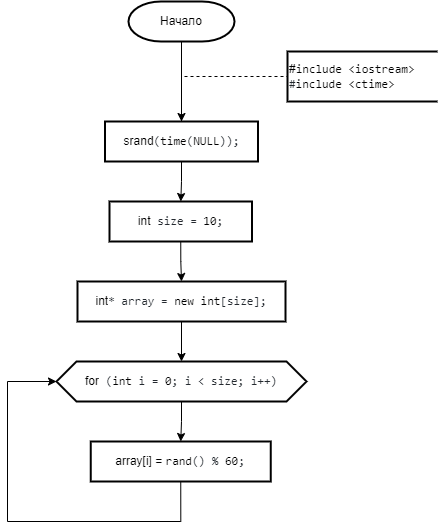
IlyaFedoseev227/LABS-PNRPU-IVT-22-1b keeps this draw.io diagram as Labs/4 Лаба/№2 Работа с одномерными массивами.png. Above is the earlier version. Source tidied: cells renumbered, new cells last; positions are measured from the earlier drawing's top-left corner, leaving out a move shared by most shapes.
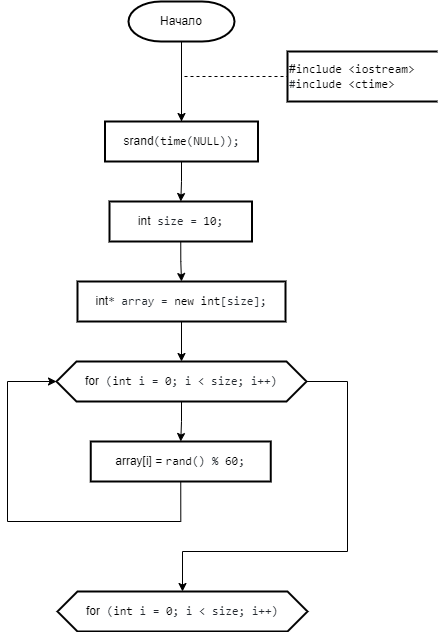
The same file after the commit.

Diff of the diagram source:
```diff
@@ -39,6 +39,15 @@
     <mxCell id="12" style="edgeStyle=orthogonalEdgeStyle;rounded=0;jettySize=auto;html=1;exitX=0.5;exitY=1;exitDx=0;exitDy=0;entryX=0.5;entryY=0;entryDx=0;entryDy=0;" parent="1" edge="1" source="13" target="15">
       <mxGeometry relative="1" as="geometry" />
     </mxCell>
+    <mxCell id="16" style="edgeStyle=orthogonalEdgeStyle;rounded=0;jettySize=auto;html=1;exitX=1;exitY=0.5;exitDx=0;exitDy=0;" parent="1" edge="1" source="13" target="17">
+      <mxGeometry relative="1" as="geometry">
+        <Array as="points">
+          <mxPoint x="340" y="380" />
+          <mxPoint x="340" y="550" />
+          <mxPoint x="175" y="550" />
+        </Array>
+      </mxGeometry>
+    </mxCell>
     <mxCell id="13" value="for&lt;span style=&quot;color: rgb(36, 41, 47); font-family: ui-monospace, SFMono-Regular, &amp;quot;SF Mono&amp;quot;, Menlo, Consolas, &amp;quot;Liberation Mono&amp;quot;, monospace; text-align: start; background-color: rgb(255, 255, 255);&quot;&gt; (&lt;/span&gt;&lt;span style=&quot;box-sizing: border-box; color: var(--color-prettylights-syntax-keyword); font-family: ui-monospace, SFMono-Regular, &amp;quot;SF Mono&amp;quot;, Menlo, Consolas, &amp;quot;Liberation Mono&amp;quot;, monospace; text-align: start; background-color: rgb(255, 255, 255);&quot; class=&quot;pl-k&quot;&gt;int&lt;/span&gt;&lt;span style=&quot;color: rgb(36, 41, 47); font-family: ui-monospace, SFMono-Regular, &amp;quot;SF Mono&amp;quot;, Menlo, Consolas, &amp;quot;Liberation Mono&amp;quot;, monospace; text-align: start; background-color: rgb(255, 255, 255);&quot;&gt; i = &lt;/span&gt;&lt;span style=&quot;box-sizing: border-box; color: var(--color-prettylights-syntax-constant); font-family: ui-monospace, SFMono-Regular, &amp;quot;SF Mono&amp;quot;, Menlo, Consolas, &amp;quot;Liberation Mono&amp;quot;, monospace; text-align: start; background-color: rgb(255, 255, 255);&quot; class=&quot;pl-c1&quot;&gt;0&lt;/span&gt;&lt;span style=&quot;color: rgb(36, 41, 47); font-family: ui-monospace, SFMono-Regular, &amp;quot;SF Mono&amp;quot;, Menlo, Consolas, &amp;quot;Liberation Mono&amp;quot;, monospace; text-align: start; background-color: rgb(255, 255, 255);&quot;&gt;; i &amp;lt; size; i++)&lt;/span&gt;" style="shape=hexagon;perimeter=hexagonPerimeter2;whiteSpace=wrap;html=1;fixedSize=1;strokeWidth=2;" parent="1" vertex="1">
       <mxGeometry x="49" y="360" width="250" height="40" as="geometry" />
     </mxCell>
@@ -54,5 +63,8 @@
     <mxCell id="15" value="array[i] = &lt;span style=&quot;box-sizing: border-box; color: var(--color-prettylights-syntax-constant); font-family: ui-monospace, SFMono-Regular, &amp;quot;SF Mono&amp;quot;, Menlo, Consolas, &amp;quot;Liberation Mono&amp;quot;, monospace; text-align: start; background-color: rgb(255, 255, 255);&quot; class=&quot;pl-c1&quot;&gt;rand&lt;/span&gt;&lt;span style=&quot;color: rgb(36, 41, 47); font-family: ui-monospace, SFMono-Regular, &amp;quot;SF Mono&amp;quot;, Menlo, Consolas, &amp;quot;Liberation Mono&amp;quot;, monospace; text-align: start; background-color: rgb(255, 255, 255);&quot;&gt;() % &lt;/span&gt;&lt;span style=&quot;box-sizing: border-box; color: var(--color-prettylights-syntax-constant); font-family: ui-monospace, SFMono-Regular, &amp;quot;SF Mono&amp;quot;, Menlo, Consolas, &amp;quot;Liberation Mono&amp;quot;, monospace; text-align: start; background-color: rgb(255, 255, 255);&quot; class=&quot;pl-c1&quot;&gt;60&lt;/span&gt;&lt;span style=&quot;color: rgb(36, 41, 47); font-family: ui-monospace, SFMono-Regular, &amp;quot;SF Mono&amp;quot;, Menlo, Consolas, &amp;quot;Liberation Mono&amp;quot;, monospace; text-align: start; background-color: rgb(255, 255, 255);&quot;&gt;;&lt;/span&gt;" style="shape=parallelogram;perimeter=parallelogramPerimeter;whiteSpace=wrap;html=1;fixedSize=1;strokeWidth=2;size=-6;" parent="1" vertex="1">
       <mxGeometry x="83.2" y="440" width="180" height="40" as="geometry" />
     </mxCell>
+    <mxCell id="17" value="for&lt;span style=&quot;color: rgb(36, 41, 47); font-family: ui-monospace, SFMono-Regular, &amp;quot;SF Mono&amp;quot;, Menlo, Consolas, &amp;quot;Liberation Mono&amp;quot;, monospace; text-align: start; background-color: rgb(255, 255, 255);&quot;&gt; (&lt;/span&gt;&lt;span style=&quot;box-sizing: border-box; color: var(--color-prettylights-syntax-keyword); font-family: ui-monospace, SFMono-Regular, &amp;quot;SF Mono&amp;quot;, Menlo, Consolas, &amp;quot;Liberation Mono&amp;quot;, monospace; text-align: start; background-color: rgb(255, 255, 255);&quot; class=&quot;pl-k&quot;&gt;int&lt;/span&gt;&lt;span style=&quot;color: rgb(36, 41, 47); font-family: ui-monospace, SFMono-Regular, &amp;quot;SF Mono&amp;quot;, Menlo, Consolas, &amp;quot;Liberation Mono&amp;quot;, monospace; text-align: start; background-color: rgb(255, 255, 255);&quot;&gt; i = &lt;/span&gt;&lt;span style=&quot;box-sizing: border-box; color: var(--color-prettylights-syntax-constant); font-family: ui-monospace, SFMono-Regular, &amp;quot;SF Mono&amp;quot;, Menlo, Consolas, &amp;quot;Liberation Mono&amp;quot;, monospace; text-align: start; background-color: rgb(255, 255, 255);&quot; class=&quot;pl-c1&quot;&gt;0&lt;/span&gt;&lt;span style=&quot;color: rgb(36, 41, 47); font-family: ui-monospace, SFMono-Regular, &amp;quot;SF Mono&amp;quot;, Menlo, Consolas, &amp;quot;Liberation Mono&amp;quot;, monospace; text-align: start; background-color: rgb(255, 255, 255);&quot;&gt;; i &amp;lt; size; i++)&lt;/span&gt;" style="shape=hexagon;perimeter=hexagonPerimeter2;whiteSpace=wrap;html=1;fixedSize=1;strokeWidth=2;" parent="1" vertex="1">
+      <mxGeometry x="50" y="590" width="250" height="40" as="geometry" />
+    </mxCell>
   </root>
 </mxGraphModel>
```
